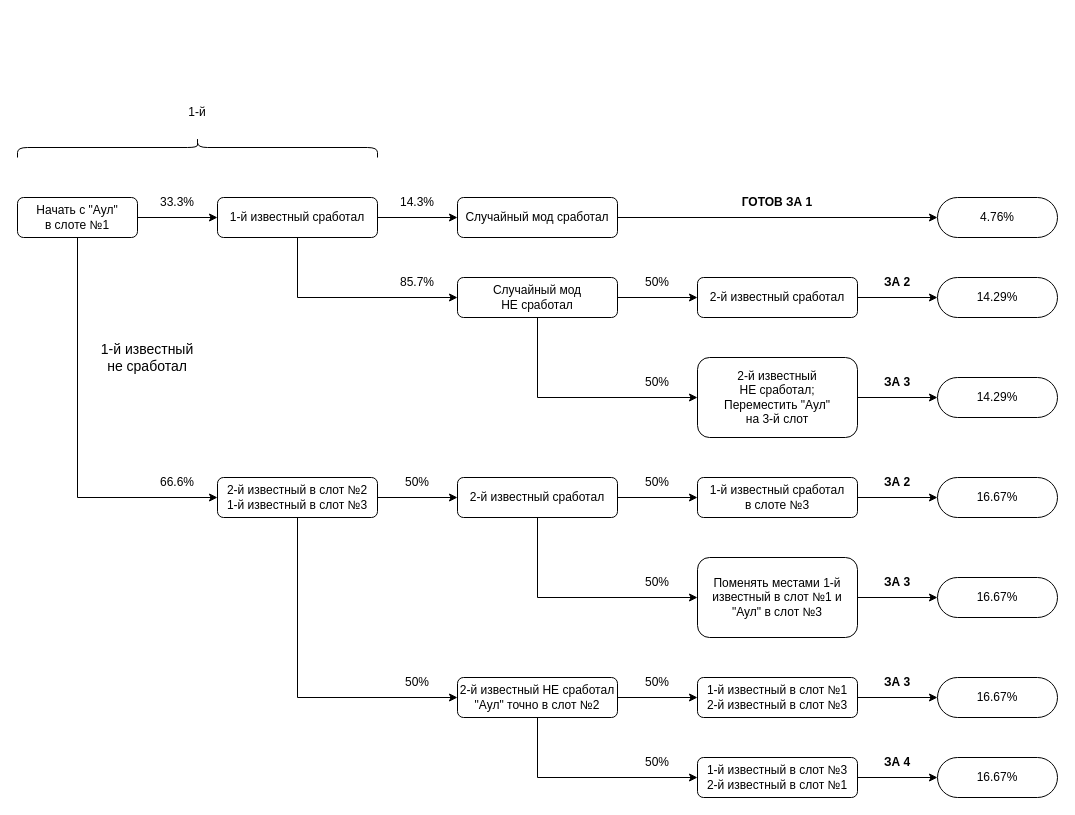
This is Wrframe - диаграмма личей кувы.drawio from HeisPovedim/draw-io, a draw.io file, before an edit. Source tidied: cells renumbered, new cells numbered last; positions are measured from the earlier drawing's top-left corner, leaving out a move shared by most shapes. Both pictures are drawn from the tidied source at 100%, with x=0, y=0 at pixel (17, 97).
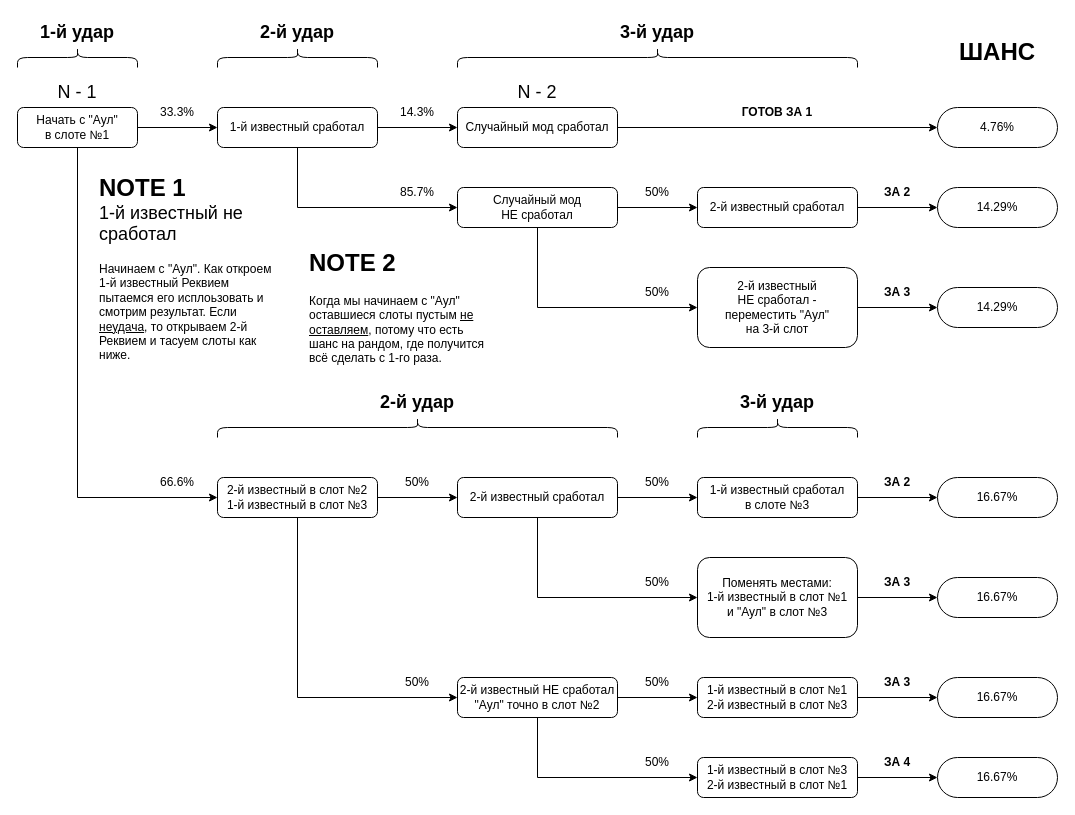
After the change.

What changed in the source:
```diff
@@
     <mxCell id="4" value="&lt;div&gt;Начать с &quot;Аул&quot;&lt;/div&gt;&lt;div&gt;в слоте №1&lt;/div&gt;" style="rounded=1;whiteSpace=wrap;html=1;" parent="1" vertex="1">
-      <mxGeometry y="100" width="120" height="40" as="geometry" />
+      <mxGeometry y="10" width="120" height="40" as="geometry" />
     </mxCell>
@@
     <mxCell id="7" value="&lt;div&gt;1-й известный сработал&lt;/div&gt;" style="rounded=1;whiteSpace=wrap;html=1;" parent="1" vertex="1">
-      <mxGeometry x="200" y="100" width="160" height="40" as="geometry" />
+      <mxGeometry x="200" y="10" width="160" height="40" as="geometry" />
     </mxCell>
@@
     <mxCell id="9" value="&lt;div&gt;Случайный мод сработал&lt;/div&gt;" style="rounded=1;whiteSpace=wrap;html=1;" parent="1" vertex="1">
-      <mxGeometry x="440" y="100" width="160" height="40" as="geometry" />
+      <mxGeometry x="440" y="10" width="160" height="40" as="geometry" />
     </mxCell>
     <mxCell id="10" value="4.76%" style="rounded=1;whiteSpace=wrap;html=1;arcSize=50;" parent="1" vertex="1">
-      <mxGeometry x="920" y="100" width="120" height="40" as="geometry" />
+      <mxGeometry x="920" y="10" width="120" height="40" as="geometry" />
     </mxCell>
     <mxCell id="11" value="85.7%" style="text;html=1;align=center;verticalAlign=middle;whiteSpace=wrap;rounded=0;" parent="1" vertex="1">
-      <mxGeometry x="360" y="170" width="80" height="30" as="geometry" />
+      <mxGeometry x="360" y="80" width="80" height="30" as="geometry" />
     </mxCell>
     <mxCell id="12" value="33.3%" style="text;html=1;align=center;verticalAlign=middle;whiteSpace=wrap;rounded=0;" parent="1" vertex="1">
-      <mxGeometry x="120" y="90" width="80" height="30" as="geometry" />
+      <mxGeometry x="120" width="80" height="30" as="geometry" />
     </mxCell>
     <mxCell id="13" value="&lt;b&gt;ГОТОВ ЗА 1&lt;/b&gt;" style="text;html=1;align=center;verticalAlign=middle;whiteSpace=wrap;rounded=0;" parent="1" vertex="1">
-      <mxGeometry x="600" y="90" width="320" height="30" as="geometry" />
+      <mxGeometry x="600" width="320" height="30" as="geometry" />
     </mxCell>
@@
     <mxCell id="16" value="&lt;div&gt;Случайный мод&lt;/div&gt;&lt;div&gt;НЕ сработал&lt;/div&gt;" style="rounded=1;whiteSpace=wrap;html=1;" parent="1" vertex="1">
-      <mxGeometry x="440" y="180" width="160" height="40" as="geometry" />
+      <mxGeometry x="440" y="90" width="160" height="40" as="geometry" />
     </mxCell>
     <mxCell id="17" value="14.3%" style="text;html=1;align=center;verticalAlign=middle;whiteSpace=wrap;rounded=0;" parent="1" vertex="1">
-      <mxGeometry x="360" y="90" width="80" height="30" as="geometry" />
+      <mxGeometry x="360" width="80" height="30" as="geometry" />
     </mxCell>
@@
     <mxCell id="19" value="&lt;div&gt;2-й известный сработал&lt;/div&gt;" style="rounded=1;whiteSpace=wrap;html=1;" parent="1" vertex="1">
-      <mxGeometry x="680" y="180" width="160" height="40" as="geometry" />
+      <mxGeometry x="680" y="90" width="160" height="40" as="geometry" />
     </mxCell>
     <mxCell id="20" value="14.29%" style="rounded=1;whiteSpace=wrap;html=1;arcSize=50;" parent="1" vertex="1">
-      <mxGeometry x="920" y="180" width="120" height="40" as="geometry" />
+      <mxGeometry x="920" y="90" width="120" height="40" as="geometry" />
     </mxCell>
@@
-    <mxCell id="22" value="&lt;div&gt;2-й известный&lt;/div&gt;&lt;div&gt;НЕ сработал;&lt;/div&gt;&lt;div&gt;Переместить &quot;Аул&quot;&lt;/div&gt;&lt;div&gt;на 3-й слот&lt;/div&gt;" style="rounded=1;whiteSpace=wrap;html=1;" parent="1" vertex="1">
-      <mxGeometry x="680" y="260" width="160" height="80" as="geometry" />
+    <mxCell id="22" value="&lt;div&gt;2-й известный&lt;/div&gt;&lt;div&gt;НЕ сработал -&lt;/div&gt;&lt;div&gt;переместить &quot;Аул&quot;&lt;/div&gt;&lt;div&gt;на 3-й слот&lt;/div&gt;" style="rounded=1;whiteSpace=wrap;html=1;" parent="1" vertex="1">
+      <mxGeometry x="680" y="170" width="160" height="80" as="geometry" />
     </mxCell>
     <mxCell id="23" value="14.29%" style="rounded=1;whiteSpace=wrap;html=1;arcSize=50;" parent="1" vertex="1">
-      <mxGeometry x="920" y="280" width="120" height="40" as="geometry" />
+      <mxGeometry x="920" y="190" width="120" height="40" as="geometry" />
     </mxCell>
@@
-    <mxCell id="33" value="&lt;div&gt;Поменять местами 1-й&lt;/div&gt;&lt;div&gt;известный в слот №1 и&lt;/div&gt;&lt;div&gt;&quot;Аул&quot; в слот №3&lt;/div&gt;" style="rounded=1;whiteSpace=wrap;html=1;" parent="1" vertex="1">
+    <mxCell id="33" value="&lt;div&gt;Поменять местами:&lt;/div&gt;&lt;div&gt;1-й известный в слот №1&lt;/div&gt;&lt;div&gt;и &quot;Аул&quot; в слот №3&lt;/div&gt;" style="rounded=1;whiteSpace=wrap;html=1;" parent="1" vertex="1">
       <mxGeometry x="680" y="460" width="160" height="80" as="geometry" />
     </mxCell>
@@
-    <mxCell id="37" value="&lt;div&gt;&lt;font style=&quot;font-size: 14px;&quot;&gt;1-й известный&lt;/font&gt;&lt;/div&gt;&lt;div&gt;&lt;font style=&quot;font-size: 14px;&quot;&gt;не сработал&lt;/font&gt;&lt;/div&gt;" style="text;html=1;align=center;verticalAlign=middle;whiteSpace=wrap;rounded=0;" parent="1" vertex="1">
-      <mxGeometry x="60" y="220" width="140" height="80" as="geometry" />
-    </mxCell>
@@
     <mxCell id="47" value="&lt;b&gt;ЗА 2&lt;/b&gt;" style="text;html=1;align=center;verticalAlign=middle;whiteSpace=wrap;rounded=0;" parent="1" vertex="1">
-      <mxGeometry x="840" y="170" width="80" height="30" as="geometry" />
+      <mxGeometry x="840" y="80" width="80" height="30" as="geometry" />
     </mxCell>
@@
     <mxCell id="49" value="&lt;b&gt;ЗА 3&lt;/b&gt;" style="text;html=1;align=center;verticalAlign=middle;whiteSpace=wrap;rounded=0;" parent="1" vertex="1">
-      <mxGeometry x="840" y="270" width="80" height="30" as="geometry" />
+      <mxGeometry x="840" y="180" width="80" height="30" as="geometry" />
     </mxCell>
@@
     <mxCell id="59" value="50%" style="text;html=1;align=center;verticalAlign=middle;whiteSpace=wrap;rounded=0;" parent="1" vertex="1">
-      <mxGeometry x="600" y="270" width="80" height="30" as="geometry" />
+      <mxGeometry x="600" y="180" width="80" height="30" as="geometry" />
     </mxCell>
     <mxCell id="60" value="50%" style="text;html=1;align=center;verticalAlign=middle;whiteSpace=wrap;rounded=0;" parent="1" vertex="1">
-      <mxGeometry x="600" y="170" width="80" height="30" as="geometry" />
+      <mxGeometry x="600" y="80" width="80" height="30" as="geometry" />
     </mxCell>
     <mxCell id="61" style="shape=curlyBracket;whiteSpace=wrap;html=1;rounded=1;labelPosition=left;verticalLabelPosition=middle;align=right;verticalAlign=middle;direction=south;" parent="1" vertex="1">
-      <mxGeometry y="40" width="360" height="20" as="geometry" />
+      <mxGeometry y="-50" width="120" height="20" as="geometry" />
     </mxCell>
-    <mxCell id="62" value="1-й" style="text;html=1;align=center;verticalAlign=middle;whiteSpace=wrap;rounded=0;" parent="1" vertex="1">
-      <mxGeometry x="150" width="60" height="30" as="geometry" />
+    <mxCell id="62" value="&lt;b&gt;&lt;font style=&quot;font-size: 18px;&quot;&gt;1-й удар&lt;/font&gt;&lt;/b&gt;" style="text;html=1;align=center;verticalAlign=middle;whiteSpace=wrap;rounded=0;" parent="1" vertex="1">
+      <mxGeometry x="10" y="-80" width="100" height="30" as="geometry" />
     </mxCell>
+    <mxCell id="63" value="&lt;div&gt;&lt;font style=&quot;font-size: 24px;&quot;&gt;&lt;b&gt;NOTE 1&lt;/b&gt;&lt;/font&gt;&lt;/div&gt;&lt;div&gt;&lt;font style=&quot;font-size: 18px;&quot;&gt;1-й известный не&amp;nbsp;&lt;/font&gt;&lt;/div&gt;&lt;div&gt;&lt;font style=&quot;font-size: 18px;&quot;&gt;сработал&lt;/font&gt;&lt;/div&gt;&lt;h1 style=&quot;margin-top: 0px;&quot;&gt;&lt;/h1&gt;&lt;p&gt;Начинаем с &quot;Аул&quot;. Как откроем 1-й известный Реквием пытаемся его исплоьзовать и смотрим результат. Если &lt;u&gt;неудача&lt;/u&gt;, то открываем 2-й Реквием и тасуем слоты как ниже.&lt;/p&gt;" style="text;html=1;whiteSpace=wrap;overflow=hidden;rounded=0;" parent="1" vertex="1">
+      <mxGeometry x="80" y="70" width="180" height="200" as="geometry" />
+    </mxCell>
+    <mxCell id="64" value="&lt;font style=&quot;font-size: 18px;&quot;&gt;N - 2&lt;/font&gt;" style="text;html=1;align=center;verticalAlign=middle;whiteSpace=wrap;rounded=0;" parent="1" vertex="1">
+      <mxGeometry x="480" y="-20" width="80" height="30" as="geometry" />
+    </mxCell>
+    <mxCell id="65" value="&lt;font style=&quot;font-size: 18px;&quot;&gt;N - &lt;font&gt;1&lt;/font&gt;&lt;/font&gt;" style="text;html=1;align=center;verticalAlign=middle;whiteSpace=wrap;rounded=0;" parent="1" vertex="1">
+      <mxGeometry x="20" y="-20" width="80" height="30" as="geometry" />
+    </mxCell>
+    <mxCell id="66" value="&lt;h1 style=&quot;margin-top: 0px;&quot;&gt;NOTE 2&lt;/h1&gt;&lt;p&gt;Когда мы начинаем с &quot;Аул&quot; оставшиеся слоты пустым &lt;u&gt;не оставляем&lt;/u&gt;, потому что есть шанс на рандом, где получится всё сделать с 1-го раза.&lt;/p&gt;" style="text;html=1;whiteSpace=wrap;overflow=hidden;rounded=0;" parent="1" vertex="1">
+      <mxGeometry x="290" y="145" width="180" height="130" as="geometry" />
+    </mxCell>
+    <mxCell id="67" style="shape=curlyBracket;whiteSpace=wrap;html=1;rounded=1;labelPosition=left;verticalLabelPosition=middle;align=right;verticalAlign=middle;direction=south;" parent="1" vertex="1">
+      <mxGeometry x="200" y="-50" width="160" height="20" as="geometry" />
+    </mxCell>
+    <mxCell id="68" value="&lt;b&gt;&lt;font style=&quot;font-size: 18px;&quot;&gt;2-й удар&lt;/font&gt;&lt;/b&gt;" style="text;html=1;align=center;verticalAlign=middle;whiteSpace=wrap;rounded=0;" parent="1" vertex="1">
+      <mxGeometry x="230" y="-80" width="100" height="30" as="geometry" />
+    </mxCell>
+    <mxCell id="69" style="shape=curlyBracket;whiteSpace=wrap;html=1;rounded=1;labelPosition=left;verticalLabelPosition=middle;align=right;verticalAlign=middle;direction=south;" parent="1" vertex="1">
+      <mxGeometry x="440" y="-50" width="400" height="20" as="geometry" />
+    </mxCell>
+    <mxCell id="70" value="&lt;b&gt;&lt;font style=&quot;font-size: 18px;&quot;&gt;3-й удар&lt;/font&gt;&lt;/b&gt;" style="text;html=1;align=center;verticalAlign=middle;whiteSpace=wrap;rounded=0;" parent="1" vertex="1">
+      <mxGeometry x="590" y="-80" width="100" height="30" as="geometry" />
+    </mxCell>
+    <mxCell id="71" style="shape=curlyBracket;whiteSpace=wrap;html=1;rounded=1;labelPosition=left;verticalLabelPosition=middle;align=right;verticalAlign=middle;direction=south;" parent="1" vertex="1">
+      <mxGeometry x="200" y="320" width="400" height="20" as="geometry" />
+    </mxCell>
+    <mxCell id="72" value="&lt;b&gt;&lt;font style=&quot;font-size: 18px;&quot;&gt;2-й удар&lt;/font&gt;&lt;/b&gt;" style="text;html=1;align=center;verticalAlign=middle;whiteSpace=wrap;rounded=0;" parent="1" vertex="1">
+      <mxGeometry x="350" y="290" width="100" height="30" as="geometry" />
+    </mxCell>
+    <mxCell id="73" style="shape=curlyBracket;whiteSpace=wrap;html=1;rounded=1;labelPosition=left;verticalLabelPosition=middle;align=right;verticalAlign=middle;direction=south;" parent="1" vertex="1">
+      <mxGeometry x="680" y="320" width="160" height="20" as="geometry" />
+    </mxCell>
+    <mxCell id="74" value="&lt;b&gt;&lt;font style=&quot;font-size: 18px;&quot;&gt;3-й удар&lt;/font&gt;&lt;/b&gt;" style="text;html=1;align=center;verticalAlign=middle;whiteSpace=wrap;rounded=0;" parent="1" vertex="1">
+      <mxGeometry x="710" y="290" width="100" height="30" as="geometry" />
+    </mxCell>
+    <mxCell id="75" value="&lt;b&gt;&lt;font style=&quot;font-size: 24px;&quot;&gt;ШАНС&lt;/font&gt;&lt;/b&gt;" style="text;html=1;align=center;verticalAlign=middle;whiteSpace=wrap;rounded=0;" parent="1" vertex="1">
+      <mxGeometry x="930" y="-60" width="100" height="30" as="geometry" />
+    </mxCell>
```
